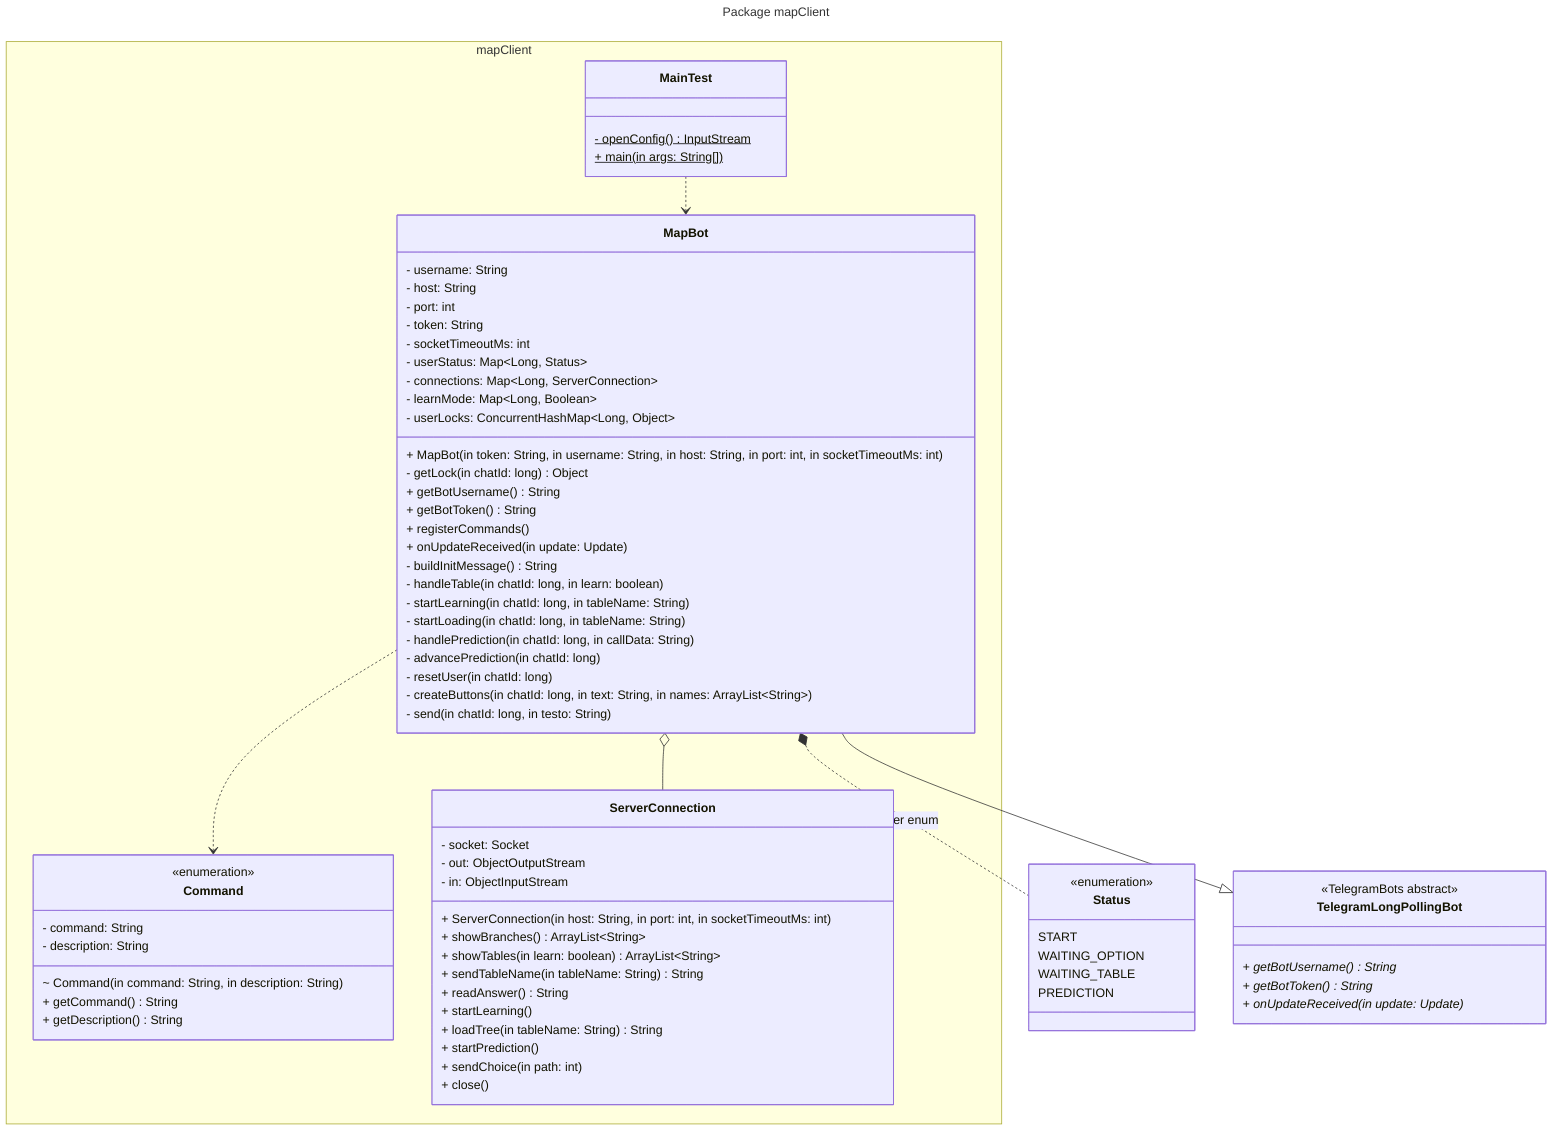
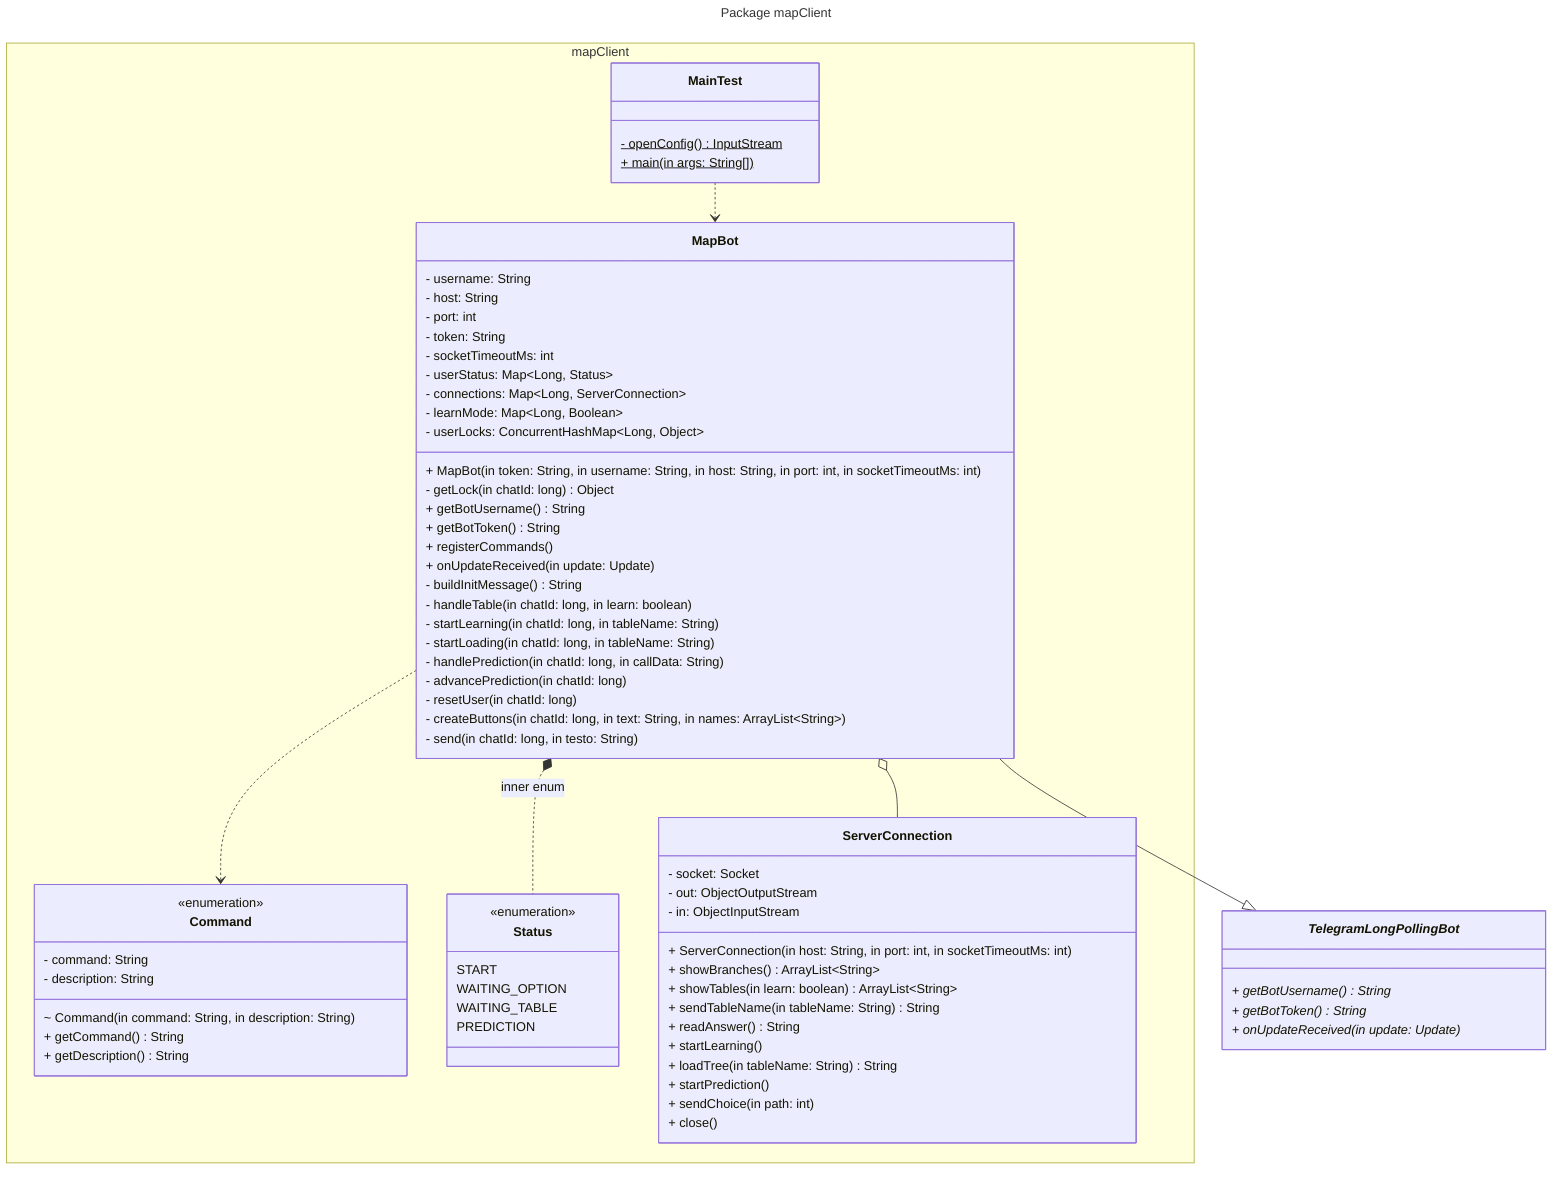
---
title: Package mapClient
---
classDiagram
namespace mapClient {
  class Command
  class MainTest
  class MapBot
+   class Status
  class ServerConnection
}

class Command {
  <<enumeration>>
  - command: String
  - description: String
  ~ Command(in command: String, in description: String)
  + getCommand() String
  + getDescription() String
}

class MainTest {
  - openConfig()$ InputStream
  + main(in args: String[])$
}

class MapBot {
  - username: String
  - host: String
  - port: int
  - token: String
  - socketTimeoutMs: int
  - userStatus: Map~Long, Status~
  - connections: Map~Long, ServerConnection~
  - learnMode: Map~Long, Boolean~
  - userLocks: ConcurrentHashMap~Long, Object~
  + MapBot(in token: String, in username: String, in host: String, in port: int, in socketTimeoutMs: int)
  - getLock(in chatId: long) Object
  + getBotUsername() String
  + getBotToken() String
  + registerCommands()
  + onUpdateReceived(in update: Update)
  - buildInitMessage() String
  - handleTable(in chatId: long, in learn: boolean)
  - startLearning(in chatId: long, in tableName: String)
  - startLoading(in chatId: long, in tableName: String)
  - handlePrediction(in chatId: long, in callData: String)
  - advancePrediction(in chatId: long)
  - resetUser(in chatId: long)
  - createButtons(in chatId: long, in text: String, in names: ArrayList~String~)
  - send(in chatId: long, in testo: String)
}

class Status {
  <<enumeration>>
  START
  WAITING_OPTION
  WAITING_TABLE
  PREDICTION
}

class ServerConnection {
  - socket: Socket
  - out: ObjectOutputStream
  - in: ObjectInputStream
  + ServerConnection(in host: String, in port: int, in socketTimeoutMs: int)
  + showBranches() ArrayList~String~
  + showTables(in learn: boolean) ArrayList~String~
  + sendTableName(in tableName: String) String
  + readAnswer() String
  + startLearning()
  + loadTree(in tableName: String) String
  + startPrediction()
  + sendChoice(in path: int)
  + close()
}

- class TelegramLongPollingBot {
-   <<TelegramBots abstract>>
+ class TelegramLongPollingBot["<i>TelegramLongPollingBot</i>"] {
  + getBotUsername()* String
  + getBotToken()* String
  + onUpdateReceived(in update: Update)*
}

MapBot --|> TelegramLongPollingBot
MapBot o-- ServerConnection
MapBot ..> Command
MapBot *.. Status : inner enum
MainTest ..> MapBot
